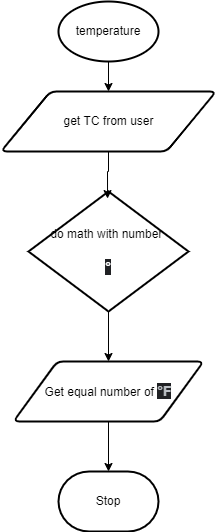
This is flow-chart.png from mohammedal-ess/ICS3U-Unit5-01-Python, a draw.io export, as it was before one commit. Source tidied: cells renumbered, new cells last; positions are measured from the earlier drawing's top-left corner, leaving out a move shared by most shapes. Its diagram source:
```xml
<mxGraphModel>
  <root>
    <mxCell id="0" />
    <mxCell id="1" parent="0" />
    <mxCell id="2" style="edgeStyle=none;html=1;" parent="1" edge="1" source="3" target="10">
      <mxGeometry relative="1" as="geometry" />
    </mxCell>
    <mxCell id="3" value="temperature" style="strokeWidth=2;html=1;shape=mxgraph.flowchart.start_1;whiteSpace=wrap;" parent="1" vertex="1">
      <mxGeometry x="57" width="100" height="60" as="geometry" />
    </mxCell>
    <mxCell id="4" style="edgeStyle=none;html=1;" parent="1" edge="1" source="5" target="7">
      <mxGeometry relative="1" as="geometry" />
    </mxCell>
    <mxCell id="5" value="do math with number&amp;nbsp;&lt;br&gt;&lt;span style=&quot;font-family: &amp;#34;lato&amp;#34; , sans-serif ; font-size: 14.6667px ; text-align: left&quot;&gt;&lt;font color=&quot;#ffffff&quot;&gt;Tf = (9/5)*Tc+32&lt;/font&gt;&lt;/span&gt;&lt;div style=&quot;text-align: center&quot;&gt;&lt;b style=&quot;font-family: &amp;#34;arial&amp;#34; , sans-serif ; font-size: 14px ; text-align: left ; background-color: rgb(32 , 33 , 36)&quot;&gt;&lt;font color=&quot;#ffffff&quot;&gt;°&lt;/font&gt;&lt;/b&gt;&lt;/div&gt;" style="strokeWidth=2;html=1;shape=mxgraph.flowchart.decision;whiteSpace=wrap;" parent="1" vertex="1">
      <mxGeometry x="27" y="190" width="160" height="120" as="geometry" />
    </mxCell>
    <mxCell id="6" style="edgeStyle=none;html=1;entryX=0.5;entryY=0;entryDx=0;entryDy=0;entryPerimeter=0;" parent="1" edge="1" source="7" target="8">
      <mxGeometry relative="1" as="geometry" />
    </mxCell>
    <mxCell id="7" value="Get equal number of&amp;nbsp;&lt;b style=&quot;color: rgb(189 , 193 , 198) ; font-family: &amp;#34;arial&amp;#34; , sans-serif ; font-size: 14px ; text-align: left ; background-color: rgb(32 , 33 , 36)&quot;&gt;°F&lt;/b&gt;" style="shape=parallelogram;html=1;strokeWidth=2;perimeter=parallelogramPerimeter;whiteSpace=wrap;rounded=1;arcSize=12;size=0.23;" parent="1" vertex="1">
      <mxGeometry x="12" y="360" width="190" height="60" as="geometry" />
    </mxCell>
    <mxCell id="8" value="Stop" style="strokeWidth=2;html=1;shape=mxgraph.flowchart.terminator;whiteSpace=wrap;" parent="1" vertex="1">
      <mxGeometry x="57" y="470" width="100" height="60" as="geometry" />
    </mxCell>
    <mxCell id="9" style="edgeStyle=orthogonalEdgeStyle;html=1;entryX=0.494;entryY=0.059;entryDx=0;entryDy=0;entryPerimeter=0;rounded=0;" parent="1" edge="1" source="10" target="5">
      <mxGeometry relative="1" as="geometry" />
    </mxCell>
    <mxCell id="10" value="get TC from user" style="shape=parallelogram;html=1;strokeWidth=2;perimeter=parallelogramPerimeter;whiteSpace=wrap;rounded=1;arcSize=12;size=0.23;" parent="1" vertex="1">
      <mxGeometry x="-0.5" y="90" width="215" height="60" as="geometry" />
    </mxCell>
  </root>
</mxGraphModel>
```
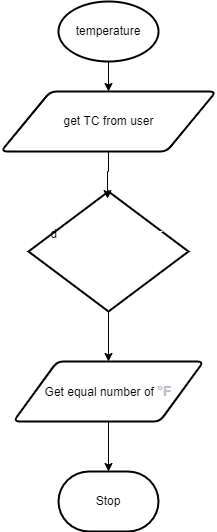
After the change.

Commit message:
added flow-chart png

Change to the diagram source:
```diff
@@ -11,13 +11,13 @@
     <mxCell id="4" style="edgeStyle=none;html=1;" parent="1" edge="1" source="5" target="7">
       <mxGeometry relative="1" as="geometry" />
     </mxCell>
-    <mxCell id="5" value="do math with number&amp;nbsp;&lt;br&gt;&lt;span style=&quot;font-family: &amp;#34;lato&amp;#34; , sans-serif ; font-size: 14.6667px ; text-align: left&quot;&gt;&lt;font color=&quot;#ffffff&quot;&gt;Tf = (9/5)*Tc+32&lt;/font&gt;&lt;/span&gt;&lt;div style=&quot;text-align: center&quot;&gt;&lt;b style=&quot;font-family: &amp;#34;arial&amp;#34; , sans-serif ; font-size: 14px ; text-align: left ; background-color: rgb(32 , 33 , 36)&quot;&gt;&lt;font color=&quot;#ffffff&quot;&gt;°&lt;/font&gt;&lt;/b&gt;&lt;/div&gt;" style="strokeWidth=2;html=1;shape=mxgraph.flowchart.decision;whiteSpace=wrap;" parent="1" vertex="1">
+    <mxCell id="5" value="d&lt;font color=&quot;#ffffff&quot;&gt;o math with number&amp;nbsp;&lt;br&gt;&lt;span style=&quot;font-family: &amp;#34;lato&amp;#34; , sans-serif ; font-size: 14.6667px ; text-align: left&quot;&gt;Tf = (9/5)*Tc+32&lt;/span&gt;&lt;/font&gt;&lt;div style=&quot;text-align: center&quot;&gt;&lt;b style=&quot;font-family: &amp;#34;arial&amp;#34; , sans-serif ; font-size: 14px ; text-align: left&quot;&gt;&lt;font color=&quot;#ffffff&quot;&gt;°&lt;/font&gt;&lt;/b&gt;&lt;/div&gt;" style="strokeWidth=2;html=1;shape=mxgraph.flowchart.decision;whiteSpace=wrap;" parent="1" vertex="1">
       <mxGeometry x="27" y="190" width="160" height="120" as="geometry" />
     </mxCell>
     <mxCell id="6" style="edgeStyle=none;html=1;entryX=0.5;entryY=0;entryDx=0;entryDy=0;entryPerimeter=0;" parent="1" edge="1" source="7" target="8">
       <mxGeometry relative="1" as="geometry" />
     </mxCell>
-    <mxCell id="7" value="Get equal number of&amp;nbsp;&lt;b style=&quot;color: rgb(189 , 193 , 198) ; font-family: &amp;#34;arial&amp;#34; , sans-serif ; font-size: 14px ; text-align: left ; background-color: rgb(32 , 33 , 36)&quot;&gt;°F&lt;/b&gt;" style="shape=parallelogram;html=1;strokeWidth=2;perimeter=parallelogramPerimeter;whiteSpace=wrap;rounded=1;arcSize=12;size=0.23;" parent="1" vertex="1">
+    <mxCell id="7" value="Get equal number of&amp;nbsp;&lt;b style=&quot;color: rgb(189 , 193 , 198) ; font-family: &amp;#34;arial&amp;#34; , sans-serif ; font-size: 14px ; text-align: left&quot;&gt;°F&lt;/b&gt;" style="shape=parallelogram;html=1;strokeWidth=2;perimeter=parallelogramPerimeter;whiteSpace=wrap;rounded=1;arcSize=12;size=0.23;" parent="1" vertex="1">
       <mxGeometry x="12" y="360" width="190" height="60" as="geometry" />
     </mxCell>
     <mxCell id="8" value="Stop" style="strokeWidth=2;html=1;shape=mxgraph.flowchart.terminator;whiteSpace=wrap;" parent="1" vertex="1">
```
